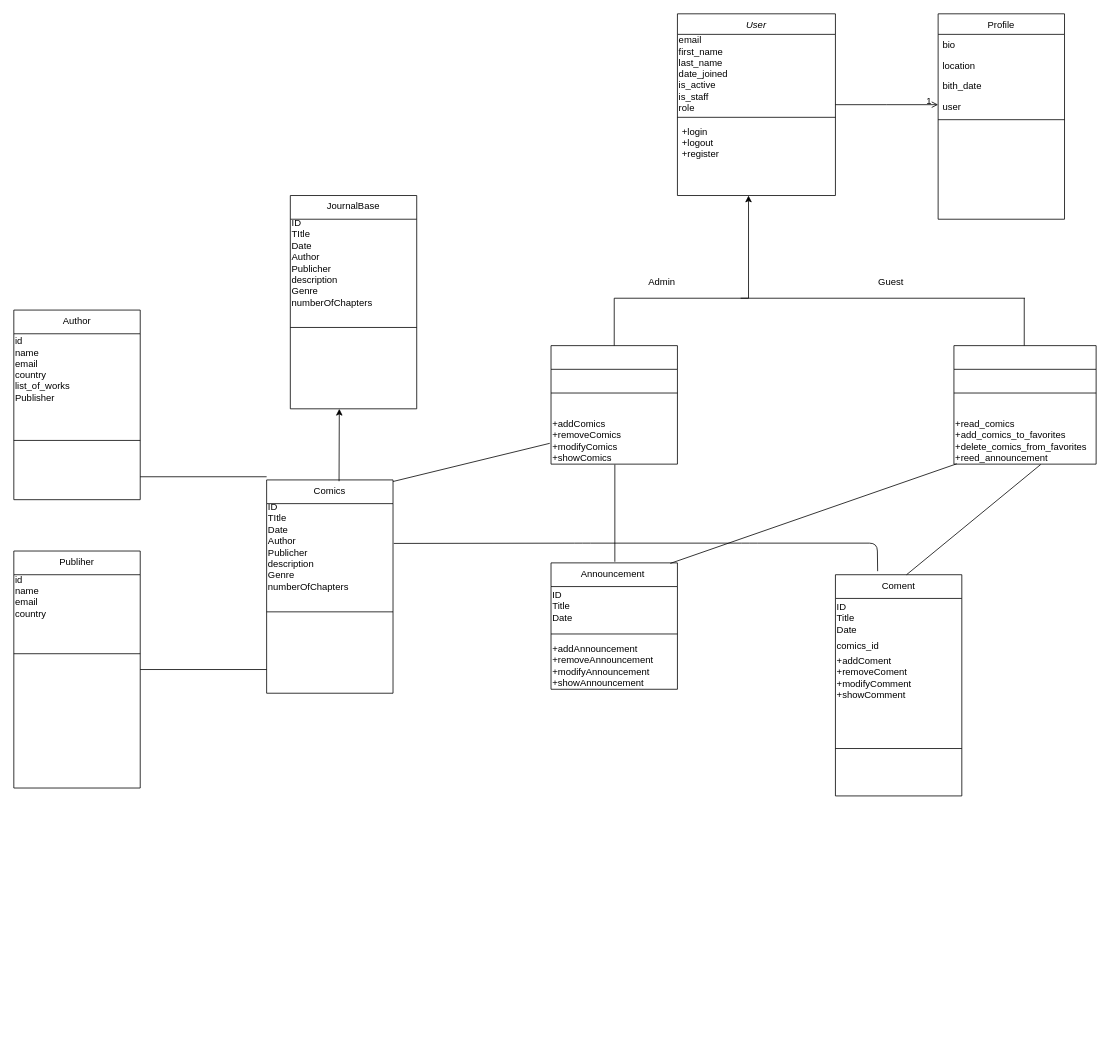
Before: Project Diagram.drawio in niayz10/Backend-Project, a draw.io diagram. Source tidied: cells renumbered, new cells numbered last; positions are measured from the earlier drawing's top-left corner, leaving out a move shared by most shapes. Both pictures are drawn from the tidied source at 79%, with x=0, y=0 at pixel (13, 13).
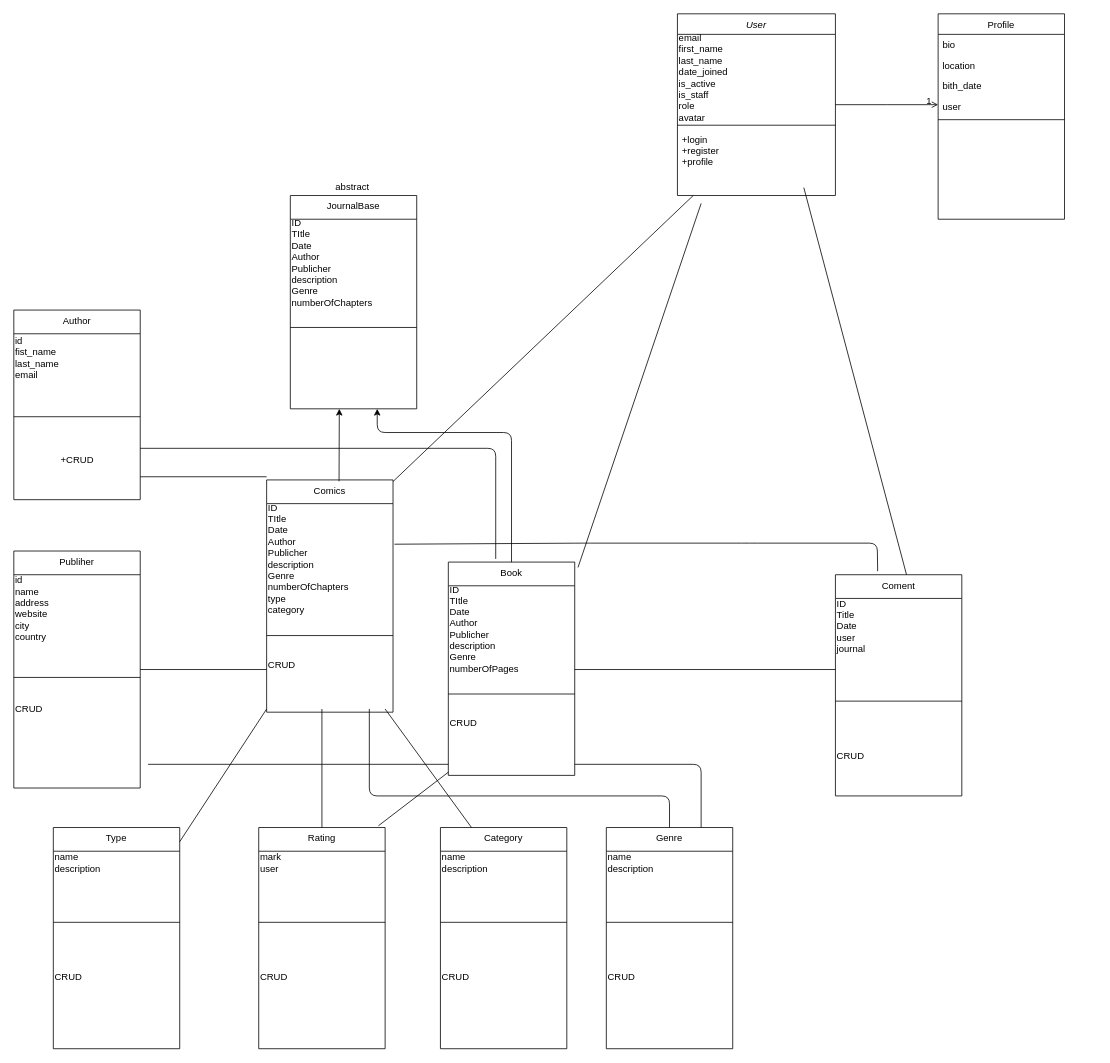
After the change.

Unchanged cells that the change refers to:
```xml
<mxCell id="2" value="User" style="swimlane;fontStyle=2;align=center;verticalAlign=top;horizontal=1;startSize=26;rounded=0;shadow=0;strokeWidth=1;" parent="1" vertex="1">
  <mxGeometry x="840" width="200" height="230" as="geometry" />
</mxCell>
<mxCell id="29" value="Coment" style="swimlane;fontStyle=0;align=center;verticalAlign=top;horizontal=1;startSize=30;rounded=0;shadow=0;strokeWidth=1;" parent="1" vertex="1">
  <mxGeometry x="1040" y="710" width="160" height="280" as="geometry" />
</mxCell>
<mxCell id="34" value="Author" style="swimlane;fontStyle=0;align=center;verticalAlign=top;horizontal=1;startSize=30;rounded=0;shadow=0;strokeWidth=1;" parent="1" vertex="1">
  <mxGeometry y="375" width="160" height="240" as="geometry" />
</mxCell>
<mxCell id="37" value="Publiher" style="swimlane;fontStyle=0;align=center;verticalAlign=top;horizontal=1;startSize=30;rounded=0;shadow=0;strokeWidth=1;" parent="1" vertex="1">
  <mxGeometry y="680" width="160" height="300" as="geometry" />
</mxCell>
```

Change to the diagram source:
```diff
@@
-    <mxCell id="3" value="&lt;div&gt;&lt;span&gt;email&lt;/span&gt;&lt;/div&gt;&lt;div&gt;&lt;span&gt;first_name&lt;/span&gt;&lt;/div&gt;&lt;div&gt;&lt;span&gt;last_name&lt;/span&gt;&lt;/div&gt;&lt;div&gt;&lt;span&gt;date_joined&lt;/span&gt;&lt;/div&gt;&lt;div&gt;&lt;span&gt;is_active&lt;/span&gt;&lt;/div&gt;&lt;div&gt;&lt;span&gt;is_staff&lt;/span&gt;&lt;/div&gt;&lt;div&gt;&lt;span&gt;role&lt;/span&gt;&lt;/div&gt;" style="text;html=1;align=left;verticalAlign=middle;strokeColor=none;" parent="2" vertex="1">
-      <mxGeometry y="26" width="200" height="100" as="geometry" />
+    <mxCell id="3" value="&lt;div&gt;&lt;span&gt;email&lt;/span&gt;&lt;/div&gt;&lt;div&gt;&lt;span&gt;first_name&lt;/span&gt;&lt;/div&gt;&lt;div&gt;&lt;span&gt;last_name&lt;/span&gt;&lt;/div&gt;&lt;div&gt;&lt;span&gt;date_joined&lt;/span&gt;&lt;/div&gt;&lt;div&gt;&lt;span&gt;is_active&lt;/span&gt;&lt;/div&gt;&lt;div&gt;&lt;span&gt;is_staff&lt;/span&gt;&lt;/div&gt;&lt;div&gt;&lt;span&gt;role&lt;/span&gt;&lt;/div&gt;&lt;div&gt;&lt;span&gt;avatar&lt;/span&gt;&lt;/div&gt;" style="text;html=1;align=left;verticalAlign=middle;strokeColor=none;" parent="2" vertex="1">
+      <mxGeometry y="26" width="200" height="110" as="geometry" />
     </mxCell>
     <mxCell id="4" style="line;html=1;strokeWidth=1;align=left;verticalAlign=middle;spacingTop=-1;spacingLeft=3;spacingRight=3;labelPosition=right;" parent="2" vertex="1">
-      <mxGeometry y="126" width="200" height="10" as="geometry" />
+      <mxGeometry y="136" width="200" height="10" as="geometry" />
     </mxCell>
-    <mxCell id="5" value="+login&#10;+logout&#10;+register" style="text;align=left;verticalAlign=top;spacingLeft=4;spacingRight=4;overflow=hidden;" parent="2" vertex="1">
-      <mxGeometry y="136" width="200" height="54" as="geometry" />
+    <mxCell id="5" value="+login&#10;+register&#10;+profile" style="text;align=left;verticalAlign=top;spacingLeft=4;spacingRight=4;overflow=hidden;" parent="2" vertex="1">
+      <mxGeometry y="146" width="200" height="54" as="geometry" />
     </mxCell>
-    <mxCell id="6" style="swimlane;fontStyle=0;align=center;verticalAlign=top;horizontal=1;startSize=30;rounded=0;shadow=0;strokeWidth=1;" parent="1" vertex="1">
-      <mxGeometry x="680" y="420" width="160" height="150" as="geometry" />
-    </mxCell>
-    <mxCell id="7" style="line;html=1;strokeWidth=1;align=left;verticalAlign=middle;spacingTop=-1;spacingLeft=3;spacingRight=3;labelPosition=right;" parent="6" vertex="1">
-      <mxGeometry y="30" width="160" height="60" as="geometry" />
-    </mxCell>
-    <mxCell id="8" value="+addComics&lt;br&gt;+removeComics&lt;br&gt;+modifyComics&lt;br&gt;+showComics" style="text;html=1;align=left;verticalAlign=middle;points=[];strokeColor=none;" parent="6" vertex="1">
-      <mxGeometry y="90" width="160" height="60" as="geometry" />
-    </mxCell>
@@
-    <mxCell id="17" style="swimlane;fontStyle=0;align=center;verticalAlign=top;horizontal=1;startSize=30;rounded=0;shadow=0;strokeWidth=1;" parent="1" vertex="1">
-      <mxGeometry x="1190" y="420" width="180" height="150" as="geometry" />
-    </mxCell>
-    <mxCell id="18" style="line;html=1;strokeWidth=1;align=left;verticalAlign=middle;spacingTop=-1;spacingLeft=3;spacingRight=3;labelPosition=right;" parent="17" vertex="1">
-      <mxGeometry y="30" width="180" height="60" as="geometry" />
-    </mxCell>
-    <mxCell id="19" value="+read_comics&lt;br&gt;+add_comics_to_favorites&lt;br&gt;+delete_comics_from_favorites&lt;br&gt;+reed_announcement" style="text;html=1;align=left;verticalAlign=middle;points=[];strokeColor=none;" parent="17" vertex="1">
-      <mxGeometry y="90" width="180" height="60" as="geometry" />
-    </mxCell>
-    <mxCell id="20" style="endArrow=none;html=1;" parent="1" edge="1">
-      <mxGeometry relative="1" as="geometry">
-        <mxPoint x="1280" y="360" as="sourcePoint" />
-        <mxPoint x="920" y="360" as="targetPoint" />
-      </mxGeometry>
-    </mxCell>
-    <mxCell id="21" style="endArrow=none;html=1;" parent="1" edge="1">
-      <mxGeometry relative="1" as="geometry">
-        <mxPoint x="1279" y="420" as="sourcePoint" />
-        <mxPoint x="1279" y="360" as="targetPoint" />
-      </mxGeometry>
-    </mxCell>
     <mxCell id="22" value="Comics" style="swimlane;fontStyle=0;align=center;verticalAlign=top;horizontal=1;startSize=30;rounded=0;shadow=0;strokeWidth=1;" parent="1" vertex="1">
-      <mxGeometry x="320" y="590" width="160" height="270" as="geometry" />
+      <mxGeometry x="320" y="590" width="160" height="294" as="geometry" />
     </mxCell>
-    <mxCell id="23" value="ID&lt;br&gt;TItle&lt;br&gt;Date&lt;br&gt;Author&lt;br&gt;Publicher&lt;br&gt;description&lt;br&gt;Genre&lt;br&gt;numberOfChapters" style="text;html=1;align=left;verticalAlign=middle;points=[];strokeColor=none;rotation=0;" parent="22" vertex="1">
-      <mxGeometry y="30" width="160" height="110" as="geometry" />
+    <mxCell id="23" value="ID&lt;br&gt;TItle&lt;br&gt;Date&lt;br&gt;Author&lt;br&gt;Publicher&lt;br&gt;description&lt;br&gt;Genre&lt;br&gt;numberOfChapters&lt;br&gt;type&lt;br&gt;category" style="text;html=1;align=left;verticalAlign=middle;points=[];strokeColor=none;rotation=0;" parent="22" vertex="1">
+      <mxGeometry y="30" width="160" height="140" as="geometry" />
     </mxCell>
     <mxCell id="24" style="line;html=1;strokeWidth=1;align=left;verticalAlign=middle;spacingTop=-1;spacingLeft=3;spacingRight=3;labelPosition=right;" parent="22" vertex="1">
-      <mxGeometry y="140" width="160" height="54" as="geometry" />
+      <mxGeometry y="170" width="160" height="54" as="geometry" />
     </mxCell>
-    <mxCell id="25" value="Announcement " style="swimlane;fontStyle=0;align=center;verticalAlign=top;horizontal=1;startSize=30;rounded=0;shadow=0;strokeWidth=1;" parent="1" vertex="1">
-      <mxGeometry x="680" y="695" width="160" height="160" as="geometry" />
-    </mxCell>
-    <mxCell id="26" value="ID&lt;br&gt;Title&lt;br&gt;Date&lt;br&gt;" style="text;html=1;align=left;verticalAlign=middle;strokeColor=none;" parent="25" vertex="1">
-      <mxGeometry y="30" width="160" height="50" as="geometry" />
-    </mxCell>
-    <mxCell id="27" style="line;html=1;strokeWidth=1;align=left;verticalAlign=middle;spacingTop=-1;spacingLeft=3;spacingRight=3;labelPosition=right;" parent="25" vertex="1">
-      <mxGeometry y="80" width="160" height="20" as="geometry" />
-    </mxCell>
-    <mxCell id="28" value="+addAnnouncement&lt;br&gt;+removeAnnouncement&lt;br&gt;+modifyAnnouncement&lt;br&gt;+showAnnouncement" style="text;html=1;align=left;verticalAlign=middle;strokeColor=none;" parent="25" vertex="1">
-      <mxGeometry y="100" width="160" height="60" as="geometry" />
-    </mxCell>
+    <mxCell id="56" value="CRUD" style="text;html=1;align=left;verticalAlign=middle;strokeColor=none;" parent="22" vertex="1">
+      <mxGeometry y="224" width="160" height="20" as="geometry" />
+    </mxCell>
@@
-    <mxCell id="30" value="ID&lt;br&gt;Title&lt;br&gt;Date&lt;br&gt;" style="text;html=1;align=left;verticalAlign=middle;strokeColor=none;" parent="29" vertex="1">
-      <mxGeometry y="30" width="160" height="50" as="geometry" />
+    <mxCell id="30" value="ID&lt;br&gt;Title&lt;br&gt;Date&lt;br&gt;user&lt;br&gt;journal" style="text;html=1;align=left;verticalAlign=middle;strokeColor=none;" parent="29" vertex="1">
+      <mxGeometry y="30" width="160" height="70" as="geometry" />
     </mxCell>
-    <mxCell id="31" value="comics_id" style="text;html=1;align=left;verticalAlign=middle;strokeColor=none;" parent="29" vertex="1">
-      <mxGeometry y="80" width="160" height="20" as="geometry" />
-    </mxCell>
-    <mxCell id="32" value="+addComent&lt;br&gt;+removeComent&lt;br&gt;+modifyComment&lt;br&gt;+showComment" style="text;html=1;align=left;verticalAlign=middle;strokeColor=none;" parent="29" vertex="1">
-      <mxGeometry y="100" width="160" height="60" as="geometry" />
-    </mxCell>
     <mxCell id="33" style="line;html=1;strokeWidth=1;align=left;verticalAlign=middle;spacingTop=-1;spacingLeft=3;spacingRight=3;labelPosition=right;" parent="29" vertex="1">
-      <mxGeometry y="160" width="160" height="120" as="geometry" />
+      <mxGeometry y="100" width="160" height="120" as="geometry" />
     </mxCell>
+    <mxCell id="57" value="CRUD" style="text;html=1;align=left;verticalAlign=middle;strokeColor=none;" parent="29" vertex="1">
+      <mxGeometry y="220" width="160" height="20" as="geometry" />
+    </mxCell>
@@
-    <mxCell id="35" value="id&lt;br&gt;name&lt;br&gt;email&lt;br&gt;country&lt;br&gt;list_of_works&lt;br&gt;Publisher" style="text;html=1;align=left;verticalAlign=middle;strokeColor=none;" parent="34" vertex="1">
-      <mxGeometry y="30" width="160" height="90" as="geometry" />
+    <mxCell id="35" value="id&lt;br&gt;fist_name&lt;br&gt;last_name&lt;br&gt;email" style="text;html=1;align=left;verticalAlign=middle;strokeColor=none;" parent="34" vertex="1">
+      <mxGeometry y="30" width="160" height="60" as="geometry" />
     </mxCell>
     <mxCell id="36" style="line;html=1;strokeWidth=1;align=left;verticalAlign=middle;spacingTop=-1;spacingLeft=3;spacingRight=3;labelPosition=right;" parent="34" vertex="1">
-      <mxGeometry y="120" width="160" height="90" as="geometry" />
+      <mxGeometry y="90" width="160" height="90" as="geometry" />
     </mxCell>
+    <mxCell id="58" value="+CRUD" style="text;html=1;align=center;verticalAlign=middle;strokeColor=none;" parent="34" vertex="1">
+      <mxGeometry y="180" width="160" height="20" as="geometry" />
+    </mxCell>
@@
-    <mxCell id="38" value="&lt;span&gt;id&lt;/span&gt;&lt;br&gt;&lt;span&gt;name&lt;/span&gt;&lt;br&gt;&lt;span&gt;email&lt;/span&gt;&lt;br&gt;&lt;span&gt;country&lt;/span&gt;&lt;br&gt;&lt;div&gt;&lt;br&gt;&lt;/div&gt;" style="text;html=1;align=left;verticalAlign=middle;strokeColor=none;" parent="37" vertex="1">
-      <mxGeometry y="30" width="160" height="70" as="geometry" />
+    <mxCell id="38" value="&lt;span&gt;id&lt;/span&gt;&lt;br&gt;&lt;span&gt;name&lt;br&gt;&lt;/span&gt;address&lt;br&gt;website&lt;br&gt;city&lt;br&gt;&lt;span&gt;country&lt;/span&gt;&lt;br&gt;&lt;div&gt;&lt;br&gt;&lt;/div&gt;" style="text;html=1;align=left;verticalAlign=middle;strokeColor=none;" parent="37" vertex="1">
+      <mxGeometry y="30" width="160" height="100" as="geometry" />
     </mxCell>
     <mxCell id="39" style="line;html=1;strokeWidth=1;align=left;verticalAlign=middle;spacingTop=-1;spacingLeft=3;spacingRight=3;labelPosition=right;" parent="37" vertex="1">
-      <mxGeometry y="100" width="160" height="60" as="geometry" />
+      <mxGeometry y="130" width="160" height="60" as="geometry" />
     </mxCell>
-    <mxCell id="40" style="endArrow=none;html=1;exitX=0.505;exitY=-0.009;exitDx=0;exitDy=0;exitPerimeter=0;entryX=0.505;entryY=1.01;entryDx=0;entryDy=0;entryPerimeter=0;" parent="1" edge="1" source="25" target="8">
-      <mxGeometry relative="1" as="geometry" />
-    </mxCell>
+    <mxCell id="59" value="CRUD&lt;br&gt;" style="text;html=1;align=left;verticalAlign=middle;strokeColor=none;" parent="37" vertex="1">
+      <mxGeometry y="190" width="160" height="20" as="geometry" />
+    </mxCell>
-    <mxCell id="41" style="endArrow=none;html=1;exitX=0.334;exitY=-0.016;exitDx=0;exitDy=0;exitPerimeter=0;entryX=1.006;entryY=0.458;entryDx=0;entryDy=0;entryPerimeter=0;" parent="1" edge="1" source="29" target="23">
+    <mxCell id="41" style="endArrow=none;html=1;exitX=0.334;exitY=-0.016;exitDx=0;exitDy=0;exitPerimeter=0;entryX=1.011;entryY=0.367;entryDx=0;entryDy=0;entryPerimeter=0;" parent="1" edge="1" source="29" target="23">
       <mxGeometry relative="1" as="geometry">
         <Array as="points">
           <mxPoint x="1093" y="670" />
           <mxPoint x="931" y="670" />
           <mxPoint x="720" y="670" />
         </Array>
       </mxGeometry>
     </mxCell>
-    <mxCell id="42" style="endArrow=none;html=1;entryX=0.611;entryY=1.006;entryDx=0;entryDy=0;entryPerimeter=0;" parent="1" edge="1" target="19">
+    <mxCell id="42" style="endArrow=none;html=1;" parent="1" edge="1">
       <mxGeometry relative="1" as="geometry">
         <mxPoint x="1130" y="710" as="sourcePoint" />
+        <mxPoint x="1000" y="220" as="targetPoint" />
       </mxGeometry>
     </mxCell>
-    <mxCell id="43" style="endArrow=none;html=1;entryX=-0.01;entryY=0.561;entryDx=0;entryDy=0;entryPerimeter=0;" parent="1" edge="1" target="8">
+    <mxCell id="43" style="endArrow=none;html=1;" parent="1" edge="1">
       <mxGeometry relative="1" as="geometry">
         <mxPoint x="480" y="592" as="sourcePoint" />
+        <mxPoint x="860" y="230" as="targetPoint" />
       </mxGeometry>
     </mxCell>
@@
-    <mxCell id="49" style="endArrow=classic;html=1;" parent="1" edge="1">
-      <mxGeometry relative="1" as="geometry">
-        <mxPoint x="930" y="360" as="sourcePoint" />
-        <mxPoint x="930" y="230" as="targetPoint" />
-      </mxGeometry>
-    </mxCell>
-    <mxCell id="50" style="endArrow=none;html=1;" parent="1" edge="1">
-      <mxGeometry relative="1" as="geometry">
-        <mxPoint x="760" y="360" as="sourcePoint" />
-        <mxPoint x="930" y="360" as="targetPoint" />
-      </mxGeometry>
-    </mxCell>
-    <mxCell id="51" style="endArrow=none;html=1;" parent="1" edge="1" source="6">
-      <mxGeometry relative="1" as="geometry">
-        <mxPoint x="760" y="360" as="targetPoint" />
-      </mxGeometry>
-    </mxCell>
-    <mxCell id="52" value="Admin" style="text;html=1;align=center;verticalAlign=middle;strokeColor=none;" parent="1" vertex="1">
-      <mxGeometry x="795" y="330" width="50" height="20" as="geometry" />
-    </mxCell>
-    <mxCell id="53" value="Guest" style="text;html=1;align=center;verticalAlign=middle;strokeColor=none;" parent="1" vertex="1">
-      <mxGeometry x="1085" y="330" width="50" height="20" as="geometry" />
-    </mxCell>
@@
-    <mxCell id="55" style="endArrow=none;html=1;entryX=0.02;entryY=0.993;entryDx=0;entryDy=0;entryPerimeter=0;exitX=0.944;exitY=0.004;exitDx=0;exitDy=0;exitPerimeter=0;" parent="1" edge="1" source="25" target="19">
-      <mxGeometry relative="1" as="geometry" />
-    </mxCell>
+    <mxCell id="60" value="Book" style="swimlane;fontStyle=0;align=center;verticalAlign=top;horizontal=1;startSize=30;rounded=0;shadow=0;strokeWidth=1;" parent="1" vertex="1">
+      <mxGeometry x="550" y="694" width="160" height="270" as="geometry" />
+    </mxCell>
+    <mxCell id="61" value="ID&lt;br&gt;TItle&lt;br&gt;Date&lt;br&gt;Author&lt;br&gt;Publicher&lt;br&gt;description&lt;br&gt;Genre&lt;br&gt;numberOfPages" style="text;html=1;align=left;verticalAlign=middle;strokeColor=none;rotation=0;" parent="60" vertex="1">
+      <mxGeometry y="30" width="160" height="110" as="geometry" />
+    </mxCell>
+    <mxCell id="62" style="line;html=1;strokeWidth=1;align=left;verticalAlign=middle;spacingTop=-1;spacingLeft=3;spacingRight=3;labelPosition=right;" parent="60" vertex="1">
+      <mxGeometry y="140" width="160" height="54" as="geometry" />
+    </mxCell>
+    <mxCell id="63" value="CRUD" style="text;html=1;align=left;verticalAlign=middle;strokeColor=none;" parent="60" vertex="1">
+      <mxGeometry y="194" width="160" height="20" as="geometry" />
+    </mxCell>
+    <mxCell id="64" style="endArrow=classic;html=1;" parent="1" edge="1" source="60">
+      <mxGeometry relative="1" as="geometry">
+        <mxPoint x="460" y="500" as="targetPoint" />
+        <Array as="points">
+          <mxPoint x="630" y="530" />
+          <mxPoint x="460" y="530" />
+        </Array>
+      </mxGeometry>
+    </mxCell>
+    <mxCell id="65" style="endArrow=none;html=1;" parent="1" edge="1">
+      <mxGeometry relative="1" as="geometry">
+        <mxPoint x="160" y="550" as="sourcePoint" />
+        <mxPoint x="610" y="690" as="targetPoint" />
+        <Array as="points">
+          <mxPoint x="610" y="550" />
+        </Array>
+      </mxGeometry>
+    </mxCell>
+    <mxCell id="66" style="endArrow=none;html=1;" parent="1" edge="1">
+      <mxGeometry relative="1" as="geometry">
+        <mxPoint x="550" y="950" as="sourcePoint" />
+        <mxPoint x="170" y="950" as="targetPoint" />
+      </mxGeometry>
+    </mxCell>
+    <mxCell id="67" value="Rating" style="swimlane;fontStyle=0;align=center;verticalAlign=top;horizontal=1;startSize=30;rounded=0;shadow=0;strokeWidth=1;" parent="1" vertex="1">
+      <mxGeometry x="310" y="1030" width="160" height="280" as="geometry" />
+    </mxCell>
+    <mxCell id="68" value="mark&lt;br&gt;user" style="text;html=1;align=left;verticalAlign=middle;strokeColor=none;" parent="67" vertex="1">
+      <mxGeometry y="30" width="160" height="30" as="geometry" />
+    </mxCell>
+    <mxCell id="69" style="line;html=1;strokeWidth=1;align=left;verticalAlign=middle;spacingTop=-1;spacingLeft=3;spacingRight=3;labelPosition=right;" parent="67" vertex="1">
+      <mxGeometry y="60" width="160" height="120" as="geometry" />
+    </mxCell>
+    <mxCell id="70" value="CRUD" style="text;html=1;align=left;verticalAlign=middle;strokeColor=none;" parent="67" vertex="1">
+      <mxGeometry y="180" width="160" height="20" as="geometry" />
+    </mxCell>
+    <mxCell id="71" style="endArrow=none;html=1;" parent="1" edge="1" source="67">
+      <mxGeometry relative="1" as="geometry">
+        <mxPoint x="390" y="880" as="targetPoint" />
+      </mxGeometry>
+    </mxCell>
+    <mxCell id="72" style="endArrow=none;html=1;entryX=0.947;entryY=-0.008;entryDx=0;entryDy=0;entryPerimeter=0;" parent="1" edge="1" target="67">
+      <mxGeometry relative="1" as="geometry">
+        <mxPoint x="550" y="960" as="sourcePoint" />
+      </mxGeometry>
+    </mxCell>
+    <mxCell id="73" value="Genre" style="swimlane;fontStyle=0;align=center;verticalAlign=top;horizontal=1;startSize=30;rounded=0;shadow=0;strokeWidth=1;" parent="1" vertex="1">
+      <mxGeometry x="750" y="1030" width="160" height="280" as="geometry" />
+    </mxCell>
+    <mxCell id="74" value="name&lt;br&gt;description" style="text;html=1;align=left;verticalAlign=middle;strokeColor=none;" parent="73" vertex="1">
+      <mxGeometry y="30" width="160" height="30" as="geometry" />
+    </mxCell>
+    <mxCell id="75" style="line;html=1;strokeWidth=1;align=left;verticalAlign=middle;spacingTop=-1;spacingLeft=3;spacingRight=3;labelPosition=right;" parent="73" vertex="1">
+      <mxGeometry y="60" width="160" height="120" as="geometry" />
+    </mxCell>
+    <mxCell id="76" value="CRUD" style="text;html=1;align=left;verticalAlign=middle;strokeColor=none;" parent="73" vertex="1">
+      <mxGeometry y="180" width="160" height="20" as="geometry" />
+    </mxCell>
+    <mxCell id="77" value="Category" style="swimlane;fontStyle=0;align=center;verticalAlign=top;horizontal=1;startSize=30;rounded=0;shadow=0;strokeWidth=1;" parent="1" vertex="1">
+      <mxGeometry x="540" y="1030" width="160" height="280" as="geometry" />
+    </mxCell>
+    <mxCell id="78" value="name&lt;br&gt;description" style="text;html=1;align=left;verticalAlign=middle;strokeColor=none;" parent="77" vertex="1">
+      <mxGeometry y="30" width="160" height="30" as="geometry" />
+    </mxCell>
+    <mxCell id="79" style="line;html=1;strokeWidth=1;align=left;verticalAlign=middle;spacingTop=-1;spacingLeft=3;spacingRight=3;labelPosition=right;" parent="77" vertex="1">
+      <mxGeometry y="60" width="160" height="120" as="geometry" />
+    </mxCell>
+    <mxCell id="80" value="CRUD" style="text;html=1;align=left;verticalAlign=middle;strokeColor=none;" parent="77" vertex="1">
+      <mxGeometry y="180" width="160" height="20" as="geometry" />
+    </mxCell>
+    <mxCell id="81" value="Type" style="swimlane;fontStyle=0;align=center;verticalAlign=top;horizontal=1;startSize=30;rounded=0;shadow=0;strokeWidth=1;" parent="1" vertex="1">
+      <mxGeometry x="50" y="1030" width="160" height="280" as="geometry" />
+    </mxCell>
+    <mxCell id="82" value="name&lt;br&gt;description" style="text;html=1;align=left;verticalAlign=middle;strokeColor=none;" parent="81" vertex="1">
+      <mxGeometry y="30" width="160" height="30" as="geometry" />
+    </mxCell>
+    <mxCell id="83" style="line;html=1;strokeWidth=1;align=left;verticalAlign=middle;spacingTop=-1;spacingLeft=3;spacingRight=3;labelPosition=right;" parent="81" vertex="1">
+      <mxGeometry y="60" width="160" height="120" as="geometry" />
+    </mxCell>
+    <mxCell id="84" value="CRUD" style="text;html=1;align=left;verticalAlign=middle;strokeColor=none;" parent="81" vertex="1">
+      <mxGeometry y="180" width="160" height="20" as="geometry" />
+    </mxCell>
+    <mxCell id="85" style="endArrow=none;html=1;exitX=0.246;exitY=0;exitDx=0;exitDy=0;exitPerimeter=0;" parent="1" edge="1" source="77">
+      <mxGeometry relative="1" as="geometry">
+        <mxPoint x="470" y="880" as="targetPoint" />
+      </mxGeometry>
+    </mxCell>
+    <mxCell id="86" style="endArrow=none;html=1;" parent="1" edge="1" source="81">
+      <mxGeometry relative="1" as="geometry">
+        <mxPoint x="320" y="880" as="targetPoint" />
+      </mxGeometry>
+    </mxCell>
+    <mxCell id="87" style="endArrow=none;html=1;exitX=0.75;exitY=0;exitDx=0;exitDy=0;exitPerimeter=0;" parent="1" edge="1" source="73">
+      <mxGeometry relative="1" as="geometry">
+        <mxPoint x="710" y="950" as="targetPoint" />
+        <Array as="points">
+          <mxPoint x="870" y="950" />
+        </Array>
+      </mxGeometry>
+    </mxCell>
+    <mxCell id="88" style="endArrow=none;html=1;" parent="1" edge="1" source="73">
+      <mxGeometry relative="1" as="geometry">
+        <mxPoint x="450" y="880" as="targetPoint" />
+        <Array as="points">
+          <mxPoint x="830" y="990" />
+          <mxPoint x="450" y="990" />
+        </Array>
+      </mxGeometry>
+    </mxCell>
+    <mxCell id="89" style="endArrow=none;html=1;" parent="1" edge="1">
+      <mxGeometry relative="1" as="geometry">
+        <mxPoint x="1040" y="830" as="sourcePoint" />
+        <mxPoint x="710" y="830" as="targetPoint" />
+      </mxGeometry>
+    </mxCell>
+    <mxCell id="90" style="endArrow=none;html=1;exitX=1.026;exitY=0.025;exitDx=0;exitDy=0;exitPerimeter=0;" parent="1" edge="1" source="60">
+      <mxGeometry relative="1" as="geometry">
+        <mxPoint x="870" y="240" as="targetPoint" />
+      </mxGeometry>
+    </mxCell>
+    <mxCell id="91" value="abstract&amp;nbsp;" style="text;html=1;align=center;verticalAlign=middle;strokeColor=none;" parent="1" vertex="1">
+      <mxGeometry x="400" y="210" width="60" height="20" as="geometry" />
+    </mxCell>
```
